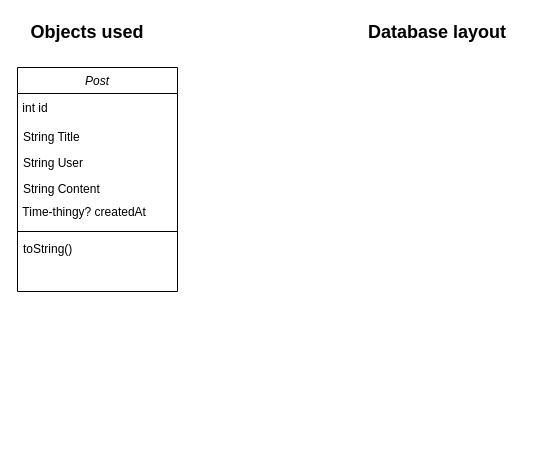
This is Docs/prg2-slutprojekt.drawio from Hjalmar-Lundmark/prg2-slutprojekt, a draw.io file, before an edit. Source tidied: cells renumbered, new cells numbered last; positions are measured from the earlier drawing's top-left corner, leaving out a move shared by most shapes. Both pictures are drawn from the tidied source at 100%, with x=0, y=0 at pixel (17, 17).
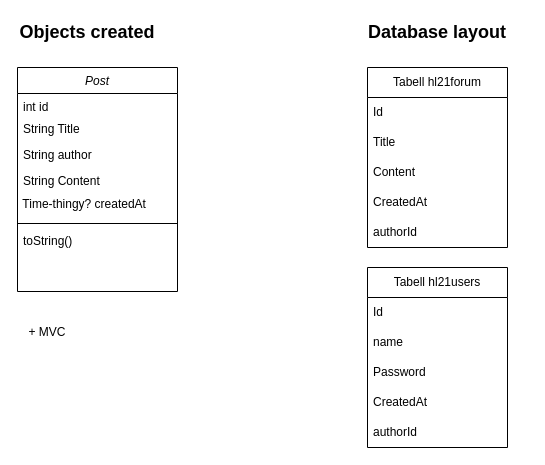
After the change.

Unchanged cells that the change refers to:
```xml
<mxCell id="2" value="Post" style="swimlane;fontStyle=2;align=center;verticalAlign=top;horizontal=1;startSize=26;rounded=0;shadow=0;strokeWidth=1;" parent="1" vertex="1">
  <mxGeometry y="50" width="160" height="224" as="geometry" />
</mxCell>
```

Diff of the diagram source:
```diff
@@
-    <mxCell id="3" value="&amp;nbsp;int id" style="text;html=1;strokeColor=none;fillColor=none;align=left;verticalAlign=middle;whiteSpace=wrap;rounded=0;" parent="2" vertex="1">
-      <mxGeometry y="26" width="160" height="30" as="geometry" />
+    <mxCell id="3" value="int id" style="text;align=left;verticalAlign=top;spacingLeft=4;spacingRight=4;overflow=hidden;rounded=0;shadow=0;html=0;" parent="2" vertex="1">
+      <mxGeometry y="26" width="160" height="22" as="geometry" />
     </mxCell>
     <mxCell id="4" value="String Title" style="text;align=left;verticalAlign=top;spacingLeft=4;spacingRight=4;overflow=hidden;" parent="2" vertex="1">
-      <mxGeometry y="56" width="160" height="26" as="geometry" />
+      <mxGeometry y="48" width="160" height="26" as="geometry" />
     </mxCell>
-    <mxCell id="5" value="String User" style="text;align=left;verticalAlign=top;spacingLeft=4;spacingRight=4;overflow=hidden;rounded=0;shadow=0;html=0;" parent="2" vertex="1">
-      <mxGeometry y="82" width="160" height="26" as="geometry" />
+    <mxCell id="5" value="String author" style="text;align=left;verticalAlign=top;spacingLeft=4;spacingRight=4;overflow=hidden;rounded=0;shadow=0;html=0;" parent="2" vertex="1">
+      <mxGeometry y="74" width="160" height="26" as="geometry" />
     </mxCell>
     <mxCell id="6" value="String Content" style="text;align=left;verticalAlign=top;spacingLeft=4;spacingRight=4;overflow=hidden;rounded=0;shadow=0;html=0;" parent="2" vertex="1">
-      <mxGeometry y="108" width="160" height="22" as="geometry" />
+      <mxGeometry y="100" width="160" height="22" as="geometry" />
     </mxCell>
     <mxCell id="7" value="&amp;nbsp;Time-thingy? createdAt" style="text;html=1;strokeColor=none;fillColor=none;align=left;verticalAlign=middle;whiteSpace=wrap;rounded=0;" parent="2" vertex="1">
-      <mxGeometry y="130" width="160" height="30" as="geometry" />
+      <mxGeometry y="122" width="160" height="30" as="geometry" />
     </mxCell>
     <mxCell id="8" style="line;html=1;strokeWidth=1;align=left;verticalAlign=middle;spacingTop=-1;spacingLeft=3;spacingRight=3;labelPosition=right;" parent="2" vertex="1">
-      <mxGeometry y="160" width="160" height="8" as="geometry" />
+      <mxGeometry y="152" width="160" height="8" as="geometry" />
     </mxCell>
     <mxCell id="9" value="toString()" style="text;align=left;verticalAlign=top;spacingLeft=4;spacingRight=4;overflow=hidden;" parent="2" vertex="1">
-      <mxGeometry y="168" width="160" height="24" as="geometry" />
+      <mxGeometry y="160" width="160" height="24" as="geometry" />
     </mxCell>
-    <mxCell id="10" value="&lt;b&gt;&lt;font style=&quot;font-size: 18px;&quot;&gt;Objects used&lt;/font&gt;&lt;/b&gt;" style="text;html=1;strokeColor=none;fillColor=none;align=center;verticalAlign=middle;whiteSpace=wrap;rounded=0;" parent="1" vertex="1">
+    <mxCell id="10" value="&lt;b&gt;&lt;font style=&quot;font-size: 18px;&quot;&gt;Objects created&lt;/font&gt;&lt;/b&gt;" style="text;html=1;strokeColor=none;fillColor=none;align=center;verticalAlign=middle;whiteSpace=wrap;rounded=0;" parent="1" vertex="1">
       <mxGeometry width="140" height="30" as="geometry" />
     </mxCell>
@@
+    <mxCell id="12" value="Tabell hl21forum" style="swimlane;fontStyle=0;horizontal=1;startSize=30;whiteSpace=wrap;html=1;" parent="1" vertex="1">
+      <mxGeometry x="350" y="50" width="140" height="180" as="geometry" />
+    </mxCell>
+    <mxCell id="13" value="Id" style="text;strokeColor=none;fillColor=none;align=left;verticalAlign=middle;spacingLeft=4;spacingRight=4;overflow=hidden;whiteSpace=wrap;html=1;" parent="12" vertex="1">
+      <mxGeometry y="30" width="140" height="30" as="geometry" />
+    </mxCell>
+    <mxCell id="14" value="Title" style="text;strokeColor=none;fillColor=none;align=left;verticalAlign=middle;spacingLeft=4;spacingRight=4;overflow=hidden;whiteSpace=wrap;html=1;" parent="12" vertex="1">
+      <mxGeometry y="60" width="140" height="30" as="geometry" />
+    </mxCell>
+    <mxCell id="15" value="Content" style="text;strokeColor=none;fillColor=none;align=left;verticalAlign=middle;spacingLeft=4;spacingRight=4;overflow=hidden;whiteSpace=wrap;html=1;" parent="12" vertex="1">
+      <mxGeometry y="90" width="140" height="30" as="geometry" />
+    </mxCell>
+    <mxCell id="16" value="CreatedAt" style="text;strokeColor=none;fillColor=none;align=left;verticalAlign=middle;spacingLeft=4;spacingRight=4;overflow=hidden;whiteSpace=wrap;html=1;" parent="12" vertex="1">
+      <mxGeometry y="120" width="140" height="30" as="geometry" />
+    </mxCell>
+    <mxCell id="17" value="authorId" style="text;strokeColor=none;fillColor=none;align=left;verticalAlign=middle;spacingLeft=4;spacingRight=4;overflow=hidden;whiteSpace=wrap;html=1;" parent="12" vertex="1">
+      <mxGeometry y="150" width="140" height="30" as="geometry" />
+    </mxCell>
+    <mxCell id="18" value="Tabell hl21users" style="swimlane;fontStyle=0;horizontal=1;startSize=30;whiteSpace=wrap;html=1;" parent="1" vertex="1">
+      <mxGeometry x="350" y="250" width="140" height="180" as="geometry" />
+    </mxCell>
+    <mxCell id="19" value="Id" style="text;strokeColor=none;fillColor=none;align=left;verticalAlign=middle;spacingLeft=4;spacingRight=4;overflow=hidden;whiteSpace=wrap;html=1;" parent="18" vertex="1">
+      <mxGeometry y="30" width="140" height="30" as="geometry" />
+    </mxCell>
+    <mxCell id="20" value="name" style="text;strokeColor=none;fillColor=none;align=left;verticalAlign=middle;spacingLeft=4;spacingRight=4;overflow=hidden;whiteSpace=wrap;html=1;" parent="18" vertex="1">
+      <mxGeometry y="60" width="140" height="30" as="geometry" />
+    </mxCell>
+    <mxCell id="21" value="Password" style="text;strokeColor=none;fillColor=none;align=left;verticalAlign=middle;spacingLeft=4;spacingRight=4;overflow=hidden;whiteSpace=wrap;html=1;" parent="18" vertex="1">
+      <mxGeometry y="90" width="140" height="30" as="geometry" />
+    </mxCell>
+    <mxCell id="22" value="CreatedAt" style="text;strokeColor=none;fillColor=none;align=left;verticalAlign=middle;spacingLeft=4;spacingRight=4;overflow=hidden;whiteSpace=wrap;html=1;" parent="18" vertex="1">
+      <mxGeometry y="120" width="140" height="30" as="geometry" />
+    </mxCell>
+    <mxCell id="23" value="authorId" style="text;strokeColor=none;fillColor=none;align=left;verticalAlign=middle;spacingLeft=4;spacingRight=4;overflow=hidden;whiteSpace=wrap;html=1;" parent="18" vertex="1">
+      <mxGeometry y="150" width="140" height="30" as="geometry" />
+    </mxCell>
+    <mxCell id="24" value="+ MVC" style="text;html=1;strokeColor=none;fillColor=none;align=center;verticalAlign=middle;whiteSpace=wrap;rounded=0;" parent="1" vertex="1">
+      <mxGeometry y="300" width="60" height="30" as="geometry" />
+    </mxCell>
```
